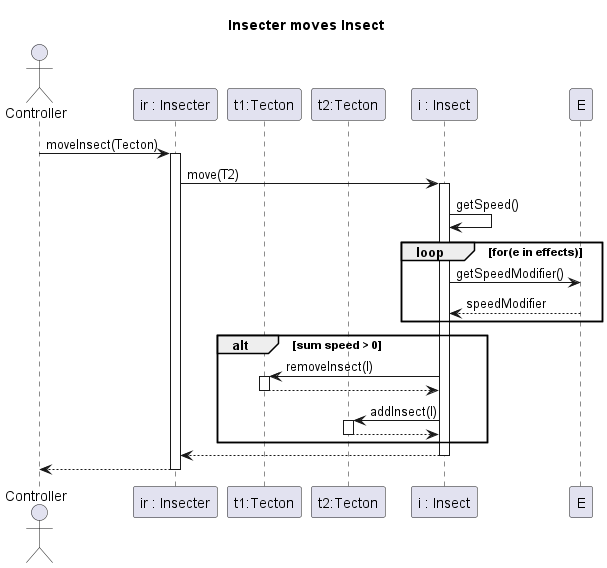
Earlier version of the PlantUML export out/3/sequence/moveInsect/moveInsect.png (Petya-G/fungorium).
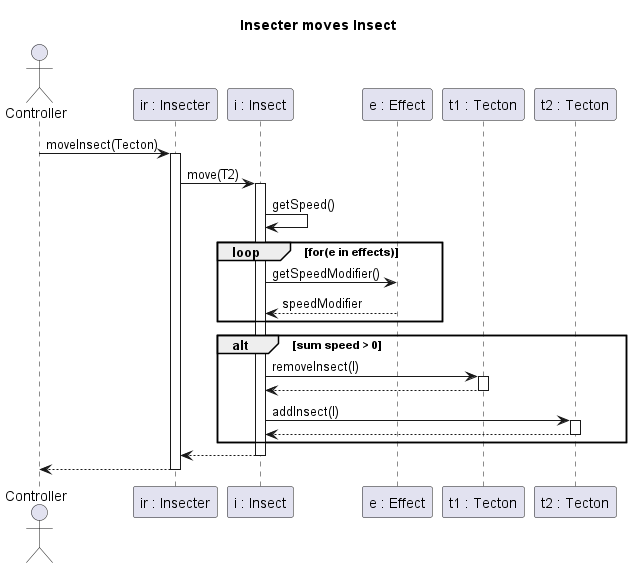
The same file after the commit.

Diff of the diagram source:
```diff
@@ -4,9 +4,9 @@
 actor Controller
 participant "ir : Insecter" as IR
 participant "i : Insect" as I
-participant "t1:Tecton" as T1
-participant "t2:Tecton" as T2
-participant "e :Effect" as I
+participant "e : Effect" as E
+participant "t1 : Tecton" as T1
+participant "t2 : Tecton" as T2
 
 Controller -> IR: moveInsect(Tecton)
 activate IR
@@ -15,21 +15,19 @@
 
 I -> I : getSpeed()
 
-    loop for(e in effects)
-        I -> E : getSpeedModifier()
-        I <-- E : speedModifier
-    end
-    alt sum speed > 0
-
-
-I -> T1: removeInsect(I)
-activate T1
-T1 --> I:
-deactivate T1
-I -> T2: addInsect(I)
-activate T2
-T2 --> I:
-deactivate T2
+loop for(e in effects)
+    I -> E : getSpeedModifier()
+    I <-- E : speedModifier
+end
+alt sum speed > 0
+    I -> T1: removeInsect(I)
+    activate T1
+    T1 --> I:
+    deactivate T1
+    I -> T2: addInsect(I)
+    activate T2
+    T2 --> I:
+    deactivate T2
 end
 I --> IR
 
```
